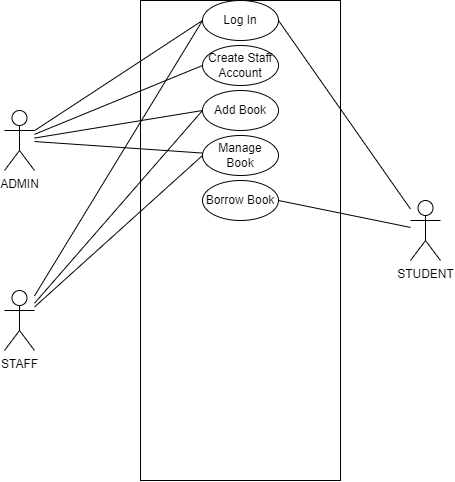
Above: use_case.drawio.png in Jayrou12345/Flowchart (draw.io), before the change. Source tidied: cells renumbered, new cells last; positions are measured from the earlier drawing's top-left corner, leaving out a move shared by most shapes.
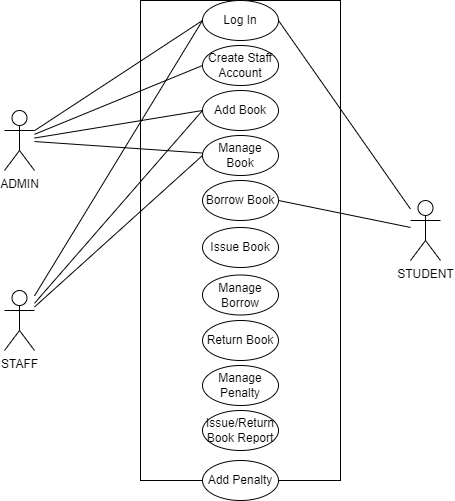
Later version of the same file.

Change to the diagram source:
```diff
@@ -56,5 +56,23 @@
     <mxCell id="19" value="STUDENT" style="shape=umlActor;html=1;verticalLabelPosition=bottom;verticalAlign=top;align=center;" parent="1" vertex="1">
       <mxGeometry x="406" y="200" width="30" height="60" as="geometry" />
     </mxCell>
+    <mxCell id="20" value="Issue Book" style="ellipse;whiteSpace=wrap;html=1;" parent="1" vertex="1">
+      <mxGeometry x="198" y="227" width="76" height="40" as="geometry" />
+    </mxCell>
+    <mxCell id="21" value="Manage Borrow" style="ellipse;whiteSpace=wrap;html=1;" parent="1" vertex="1">
+      <mxGeometry x="198" y="274.5" width="76" height="40" as="geometry" />
+    </mxCell>
+    <mxCell id="22" value="Return Book" style="ellipse;whiteSpace=wrap;html=1;" parent="1" vertex="1">
+      <mxGeometry x="198" y="320" width="76" height="40" as="geometry" />
+    </mxCell>
+    <mxCell id="23" value="Manage Penalty" style="ellipse;whiteSpace=wrap;html=1;" parent="1" vertex="1">
+      <mxGeometry x="198" y="365" width="76" height="40" as="geometry" />
+    </mxCell>
+    <mxCell id="24" value="Issue/Return Book Report" style="ellipse;whiteSpace=wrap;html=1;" parent="1" vertex="1">
+      <mxGeometry x="198" y="410" width="76" height="40" as="geometry" />
+    </mxCell>
+    <mxCell id="25" value="Add Penalty" style="ellipse;whiteSpace=wrap;html=1;" parent="1" vertex="1">
+      <mxGeometry x="198" y="460" width="76" height="40" as="geometry" />
+    </mxCell>
   </root>
 </mxGraphModel>
```
